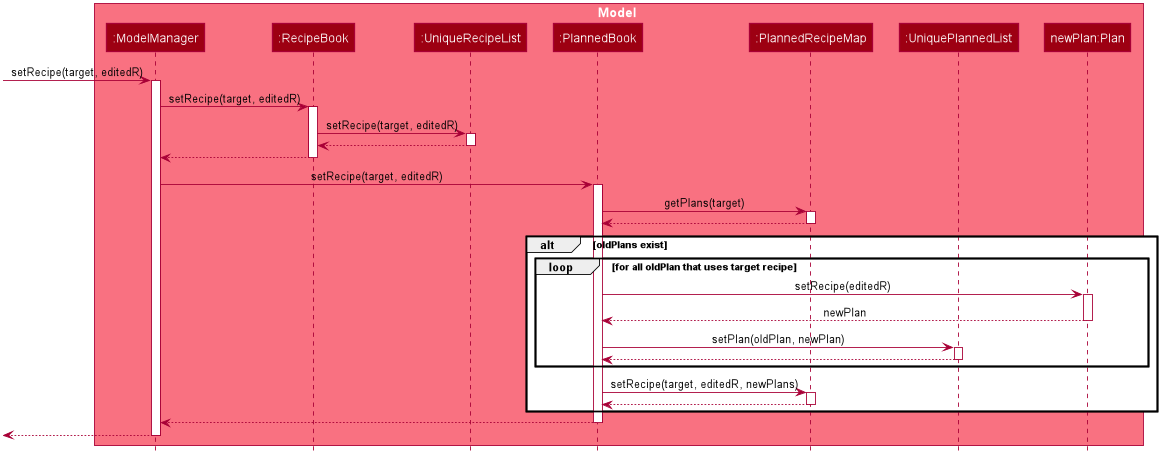
The PlantUML diagram docs/images/EditModelSequenceDiagram.png in nus-cs2103-AY1920S2/addressbook-level3, before a commit.
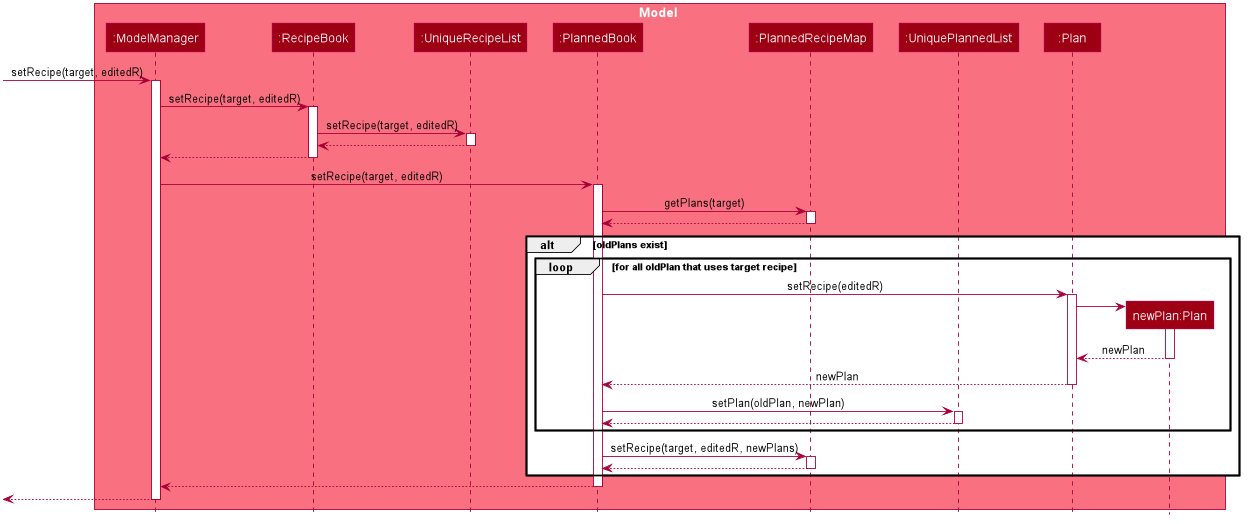
The same file after the commit.

Change to the diagram source:
```diff
@@ -55,7 +55,8 @@
 participant ":PlannedBook" as PlannedBook #9D0012
 participant ":PlannedRecipeMap" as PlannedRecipeMap #9D0012
 participant ":UniquePlannedList" as UniquePlannedList #9D0012
-participant "newPlan:Plan" as Plan #9D0012
+participant ":Plan" as OldPlan #9D0012
+participant "newPlan:Plan" as NewPlan #9D0012
 end box
 
 [-> ModelManager : setRecipe(target, editedR)
@@ -85,11 +86,18 @@
 alt oldPlans exist
     loop for all oldPlan that uses target recipe
 
-        PlannedBook -> Plan : setRecipe(editedR)
-        activate Plan
+        PlannedBook -> OldPlan : setRecipe(editedR)
+        activate OldPlan
 
-        Plan --> PlannedBook : newPlan
-        deactivate Plan
+        create NewPlan
+        OldPlan -> NewPlan
+        activate NewPlan
+
+        NewPlan --> OldPlan : newPlan
+        deactivate NewPlan
+
+        OldPlan --> PlannedBook : newPlan
+        deactivate OldPlan
 
         PlannedBook -> UniquePlannedList : setPlan(oldPlan, newPlan)
         activate UniquePlannedList
```
